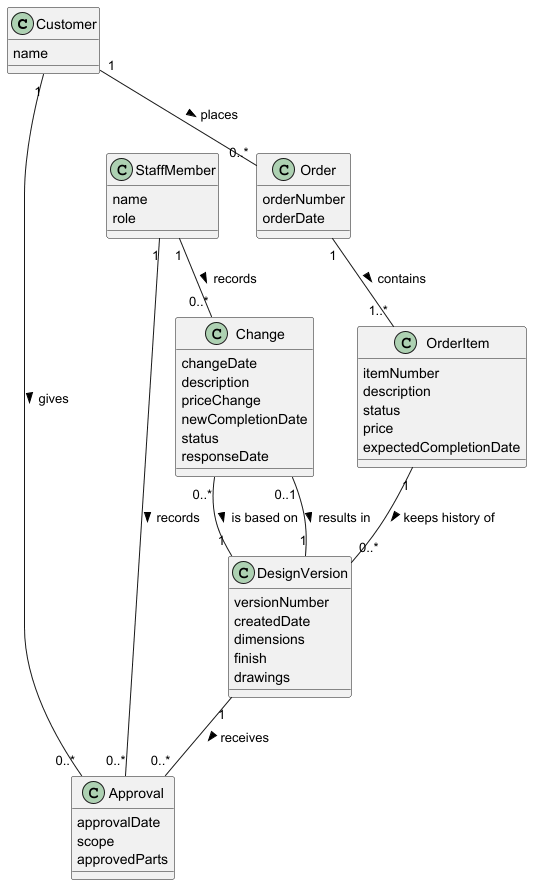
Ahmad-1031/OOAD_CA2 keeps this PlantUML diagram as UC06-Domain-Model.png. Above is the earlier version.
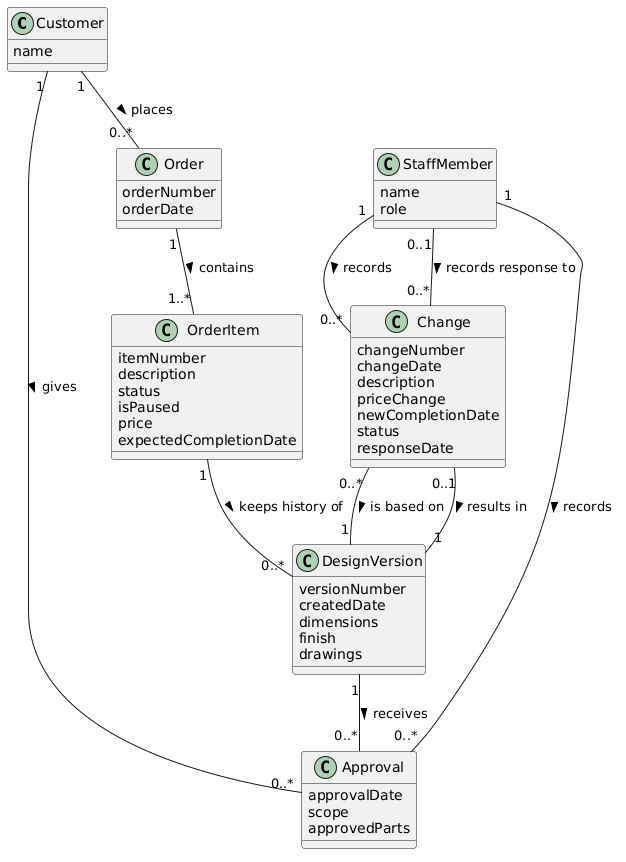
Later version of the same file.

Commit message:
Update domain model & add updated puml pngs

Updated domain model and added updated pngs for both ssd and domain model

What changed in the source:
```diff
@@ -1,5 +1,4 @@
-@startuml domain-model
-
+@startuml
 class Customer {
   name
 }
@@ -13,6 +12,7 @@
   itemNumber
   description
   status
+  isPaused
   price
   expectedCompletionDate
 }
@@ -32,6 +32,7 @@
 }
 
 class Change {
+  changeNumber
   changeDate
   description
   priceChange
@@ -54,5 +55,5 @@
 Change "0..*" -- "1" DesignVersion : is based on >
 Change "0..1" -- "1" DesignVersion : results in >
 StaffMember "1" -- "0..*" Change : records >
-
+StaffMember "0..1" -- "0..*" Change : records response to >
 @enduml
```
